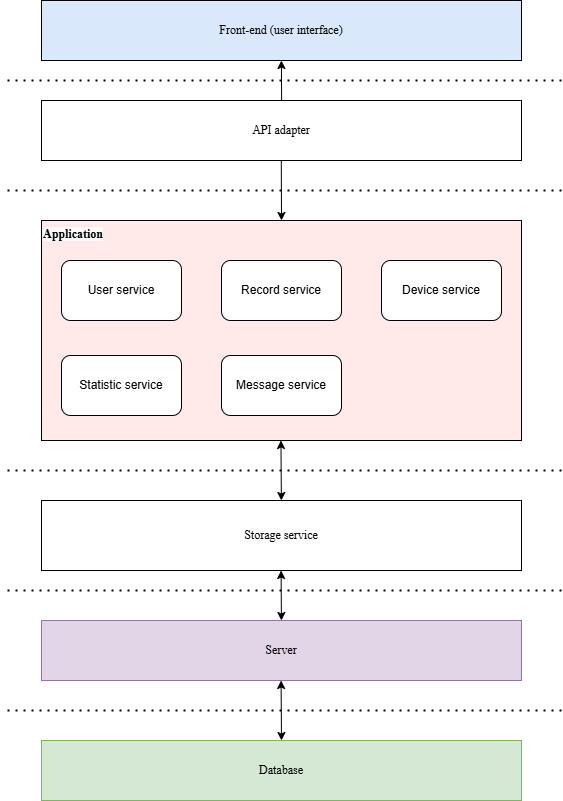
Earlier version of the draw.io export latex_20241/Images/System/fmECG_architecture-Admin.drawio.png (techcomrade/fmECG). Source tidied: cells renumbered, new cells last; positions are measured from the earlier drawing's top-left corner, leaving out a move shared by most shapes. The source it was exported from:
```xml
<mxGraphModel>
  <root>
    <mxCell id="0" />
    <mxCell id="1" parent="0" />
    <mxCell id="2" value="&lt;font style=&quot;color: rgb(0, 0, 0);&quot;&gt;Front-end (user interface)&lt;/font&gt;" style="rounded=0;whiteSpace=wrap;html=1;fontFamily=Times New Roman;fillColor=#DAE8FC;" parent="1" vertex="1">
      <mxGeometry x="40" width="480" height="60" as="geometry" />
    </mxCell>
    <mxCell id="3" value="API adapter" style="rounded=0;whiteSpace=wrap;html=1;fontFamily=Times New Roman;" parent="1" vertex="1">
      <mxGeometry x="40" y="100" width="480" height="60" as="geometry" />
    </mxCell>
    <mxCell id="4" style="rounded=0;whiteSpace=wrap;html=1;fontFamily=Times New Roman;fillColor=#FFE9E9;" parent="1" vertex="1">
      <mxGeometry x="40" y="220" width="480" height="220" as="geometry" />
    </mxCell>
    <mxCell id="5" value="Storage service" style="rounded=0;whiteSpace=wrap;html=1;fontFamily=Times New Roman;" parent="1" vertex="1">
      <mxGeometry x="40" y="500" width="480" height="70" as="geometry" />
    </mxCell>
    <mxCell id="6" value="Server" style="rounded=0;whiteSpace=wrap;html=1;fontFamily=Times New Roman;fillColor=#e1d5e7;strokeColor=#9673a6;" parent="1" vertex="1">
      <mxGeometry x="40" y="620" width="480" height="60" as="geometry" />
    </mxCell>
    <mxCell id="7" value="Database" style="rounded=0;whiteSpace=wrap;html=1;fontFamily=Times New Roman;fillColor=#d5e8d4;strokeColor=#82b366;" parent="1" vertex="1">
      <mxGeometry x="40" y="740" width="480" height="60" as="geometry" />
    </mxCell>
    <mxCell id="8" value="User service" style="rounded=1;whiteSpace=wrap;html=1;" parent="1" vertex="1">
      <mxGeometry x="60" y="260" width="120" height="60" as="geometry" />
    </mxCell>
    <mxCell id="9" value="Record service" style="rounded=1;whiteSpace=wrap;html=1;" parent="1" vertex="1">
      <mxGeometry x="220" y="260" width="120" height="60" as="geometry" />
    </mxCell>
    <mxCell id="10" value="Device service" style="rounded=1;whiteSpace=wrap;html=1;" parent="1" vertex="1">
      <mxGeometry x="380" y="260" width="120" height="60" as="geometry" />
    </mxCell>
    <mxCell id="11" style="endArrow=none;dashed=1;html=1;dashPattern=1 3;strokeWidth=2;rounded=0;" parent="1" edge="1">
      <mxGeometry relative="1" as="geometry">
        <mxPoint x="560" y="80" as="sourcePoint" />
        <mxPoint y="80" as="targetPoint" />
      </mxGeometry>
    </mxCell>
    <mxCell id="12" style="endArrow=none;dashed=1;html=1;dashPattern=1 3;strokeWidth=2;rounded=0;" parent="1" edge="1">
      <mxGeometry relative="1" as="geometry">
        <mxPoint x="560" y="190" as="sourcePoint" />
        <mxPoint y="190" as="targetPoint" />
      </mxGeometry>
    </mxCell>
    <mxCell id="13" style="endArrow=none;dashed=1;html=1;dashPattern=1 3;strokeWidth=2;rounded=0;" parent="1" edge="1">
      <mxGeometry relative="1" as="geometry">
        <mxPoint x="560" y="470" as="sourcePoint" />
        <mxPoint y="470" as="targetPoint" />
      </mxGeometry>
    </mxCell>
    <mxCell id="14" style="endArrow=none;dashed=1;html=1;dashPattern=1 3;strokeWidth=2;rounded=0;" parent="1" edge="1">
      <mxGeometry relative="1" as="geometry">
        <mxPoint x="560" y="590" as="sourcePoint" />
        <mxPoint y="590" as="targetPoint" />
      </mxGeometry>
    </mxCell>
    <mxCell id="15" style="endArrow=none;dashed=1;html=1;dashPattern=1 3;strokeWidth=2;rounded=0;" parent="1" edge="1">
      <mxGeometry relative="1" as="geometry">
        <mxPoint x="560" y="710" as="sourcePoint" />
        <mxPoint y="710" as="targetPoint" />
      </mxGeometry>
    </mxCell>
    <mxCell id="16" style="endArrow=classic;html=1;rounded=0;entryX=0.165;entryY=1.01;entryDx=0;entryDy=0;entryPerimeter=0;" parent="1" edge="1">
      <mxGeometry relative="1" as="geometry">
        <mxPoint x="280.1" y="100" as="sourcePoint" />
        <mxPoint x="279.9" y="60" as="targetPoint" />
      </mxGeometry>
    </mxCell>
    <mxCell id="17" style="endArrow=classic;html=1;rounded=0;" parent="1" edge="1">
      <mxGeometry relative="1" as="geometry">
        <mxPoint x="279.8" y="160" as="sourcePoint" />
        <mxPoint x="280" y="220" as="targetPoint" />
      </mxGeometry>
    </mxCell>
    <mxCell id="18" style="endArrow=classic;startArrow=classic;html=1;rounded=0;entryX=0.5;entryY=1;entryDx=0;entryDy=0;" parent="1" edge="1">
      <mxGeometry relative="1" as="geometry">
        <mxPoint x="279.9" y="620" as="sourcePoint" />
        <mxPoint x="279.6" y="570" as="targetPoint" />
      </mxGeometry>
    </mxCell>
    <mxCell id="19" style="endArrow=classic;startArrow=classic;html=1;rounded=0;entryX=0.5;entryY=1;entryDx=0;entryDy=0;exitX=0.5;exitY=0;exitDx=0;exitDy=0;" parent="1" edge="1" source="7">
      <mxGeometry relative="1" as="geometry">
        <mxPoint x="279.6" y="680" as="targetPoint" />
      </mxGeometry>
    </mxCell>
    <mxCell id="20" value="&lt;b style=&quot;forced-color-adjust: none; color: rgb(0, 0, 0); font-family: &amp;quot;Times New Roman&amp;quot;; font-style: normal; font-variant-ligatures: normal; font-variant-caps: normal; letter-spacing: normal; orphans: 2; text-align: center; text-indent: 0px; text-transform: none; widows: 2; word-spacing: 0px; -webkit-text-stroke-width: 0px; white-space: nowrap; background-color: rgb(251, 251, 251); text-decoration-thickness: initial; text-decoration-style: initial; text-decoration-color: initial;&quot;&gt;&lt;font style=&quot;forced-color-adjust: none;&quot;&gt;Application&lt;/font&gt;&lt;/b&gt;" style="text;whiteSpace=wrap;html=1;" parent="1" vertex="1">
      <mxGeometry x="40" y="220" width="100" height="40" as="geometry" />
    </mxCell>
    <mxCell id="21" value="Message service" style="rounded=1;whiteSpace=wrap;html=1;" parent="1" vertex="1">
      <mxGeometry x="220" y="355" width="120" height="60" as="geometry" />
    </mxCell>
    <mxCell id="22" style="endArrow=classic;startArrow=classic;html=1;rounded=0;entryX=0.5;entryY=1;entryDx=0;entryDy=0;exitX=0.5;exitY=0;exitDx=0;exitDy=0;" parent="1" edge="1">
      <mxGeometry relative="1" as="geometry">
        <mxPoint x="279.9" y="500" as="sourcePoint" />
        <mxPoint x="279.4" y="440" as="targetPoint" />
      </mxGeometry>
    </mxCell>
    <mxCell id="23" value="Statistic service" style="rounded=1;whiteSpace=wrap;html=1;" parent="1" vertex="1">
      <mxGeometry x="60" y="355" width="120" height="60" as="geometry" />
    </mxCell>
  </root>
</mxGraphModel>
```
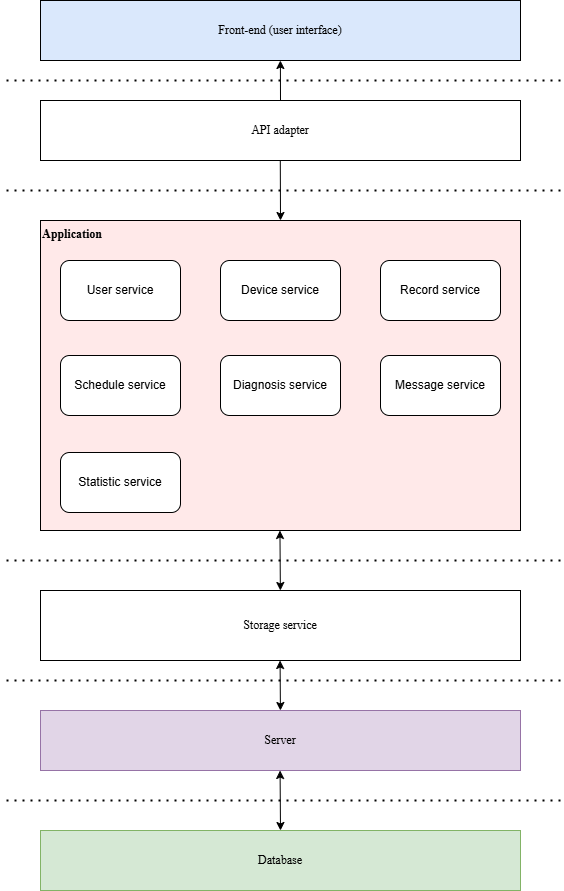
The same diagram one commit later.

Change to the diagram source:
```diff
@@ -2,100 +2,104 @@
   <root>
     <mxCell id="0" />
     <mxCell id="1" parent="0" />
+    <mxCell id="24" style="rounded=0;whiteSpace=wrap;html=1;fontFamily=Times New Roman;fillColor=#FFE9E9;" parent="1" vertex="1">
+      <mxGeometry x="636" y="197" width="480" height="310" as="geometry" />
+    </mxCell>
+    <mxCell id="23" value="Statistic service" style="rounded=1;whiteSpace=wrap;html=1;" parent="1" vertex="1">
+      <mxGeometry x="656" y="429" width="120" height="60" as="geometry" />
+    </mxCell>
     <mxCell id="2" value="&lt;font style=&quot;color: rgb(0, 0, 0);&quot;&gt;Front-end (user interface)&lt;/font&gt;" style="rounded=0;whiteSpace=wrap;html=1;fontFamily=Times New Roman;fillColor=#DAE8FC;" parent="1" vertex="1">
-      <mxGeometry x="40" width="480" height="60" as="geometry" />
+      <mxGeometry x="636" y="-23" width="480" height="60" as="geometry" />
     </mxCell>
     <mxCell id="3" value="API adapter" style="rounded=0;whiteSpace=wrap;html=1;fontFamily=Times New Roman;" parent="1" vertex="1">
-      <mxGeometry x="40" y="100" width="480" height="60" as="geometry" />
+      <mxGeometry x="636" y="77" width="480" height="60" as="geometry" />
     </mxCell>
-    <mxCell id="4" style="rounded=0;whiteSpace=wrap;html=1;fontFamily=Times New Roman;fillColor=#FFE9E9;" parent="1" vertex="1">
-      <mxGeometry x="40" y="220" width="480" height="220" as="geometry" />
-    </mxCell>
     <mxCell id="5" value="Storage service" style="rounded=0;whiteSpace=wrap;html=1;fontFamily=Times New Roman;" parent="1" vertex="1">
-      <mxGeometry x="40" y="500" width="480" height="70" as="geometry" />
+      <mxGeometry x="636" y="567" width="480" height="70" as="geometry" />
     </mxCell>
     <mxCell id="6" value="Server" style="rounded=0;whiteSpace=wrap;html=1;fontFamily=Times New Roman;fillColor=#e1d5e7;strokeColor=#9673a6;" parent="1" vertex="1">
-      <mxGeometry x="40" y="620" width="480" height="60" as="geometry" />
+      <mxGeometry x="636" y="687" width="480" height="60" as="geometry" />
     </mxCell>
     <mxCell id="7" value="Database" style="rounded=0;whiteSpace=wrap;html=1;fontFamily=Times New Roman;fillColor=#d5e8d4;strokeColor=#82b366;" parent="1" vertex="1">
-      <mxGeometry x="40" y="740" width="480" height="60" as="geometry" />
+      <mxGeometry x="636" y="807" width="480" height="60" as="geometry" />
     </mxCell>
     <mxCell id="8" value="User service" style="rounded=1;whiteSpace=wrap;html=1;" parent="1" vertex="1">
-      <mxGeometry x="60" y="260" width="120" height="60" as="geometry" />
+      <mxGeometry x="656" y="237" width="120" height="60" as="geometry" />
     </mxCell>
     <mxCell id="9" value="Record service" style="rounded=1;whiteSpace=wrap;html=1;" parent="1" vertex="1">
-      <mxGeometry x="220" y="260" width="120" height="60" as="geometry" />
+      <mxGeometry x="976" y="237" width="120" height="60" as="geometry" />
     </mxCell>
+    <mxCell id="25" value="Schedule service" style="rounded=1;whiteSpace=wrap;html=1;" parent="1" vertex="1">
+      <mxGeometry x="656" y="332" width="120" height="60" as="geometry" />
+    </mxCell>
+    <mxCell id="26" style="endArrow=none;dashed=1;html=1;dashPattern=1 3;strokeWidth=2;rounded=0;" parent="1" edge="1">
+      <mxGeometry relative="1" as="geometry">
+        <mxPoint x="1156" y="57" as="sourcePoint" />
+        <mxPoint x="596" y="57" as="targetPoint" />
+      </mxGeometry>
+    </mxCell>
+    <mxCell id="27" style="endArrow=none;dashed=1;html=1;dashPattern=1 3;strokeWidth=2;rounded=0;" parent="1" edge="1">
+      <mxGeometry relative="1" as="geometry">
+        <mxPoint x="1156" y="167" as="sourcePoint" />
+        <mxPoint x="596" y="167" as="targetPoint" />
+      </mxGeometry>
+    </mxCell>
+    <mxCell id="28" style="endArrow=none;dashed=1;html=1;dashPattern=1 3;strokeWidth=2;rounded=0;" parent="1" edge="1">
+      <mxGeometry relative="1" as="geometry">
+        <mxPoint x="1156" y="537" as="sourcePoint" />
+        <mxPoint x="596" y="537" as="targetPoint" />
+      </mxGeometry>
+    </mxCell>
+    <mxCell id="29" style="endArrow=none;dashed=1;html=1;dashPattern=1 3;strokeWidth=2;rounded=0;" parent="1" edge="1">
+      <mxGeometry relative="1" as="geometry">
+        <mxPoint x="1156" y="657" as="sourcePoint" />
+        <mxPoint x="596" y="657" as="targetPoint" />
+      </mxGeometry>
+    </mxCell>
+    <mxCell id="30" style="endArrow=none;dashed=1;html=1;dashPattern=1 3;strokeWidth=2;rounded=0;" parent="1" edge="1">
+      <mxGeometry relative="1" as="geometry">
+        <mxPoint x="1156" y="777" as="sourcePoint" />
+        <mxPoint x="596" y="777" as="targetPoint" />
+      </mxGeometry>
+    </mxCell>
+    <mxCell id="31" style="endArrow=classic;html=1;rounded=0;entryX=0.165;entryY=1.01;entryDx=0;entryDy=0;entryPerimeter=0;exitX=0.5;exitY=0;exitDx=0;exitDy=0;" parent="1" edge="1" source="3">
+      <mxGeometry relative="1" as="geometry">
+        <mxPoint x="875.9" y="37" as="targetPoint" />
+      </mxGeometry>
+    </mxCell>
+    <mxCell id="32" style="endArrow=classic;html=1;rounded=0;entryX=0.5;entryY=0;entryDx=0;entryDy=0;" parent="1" edge="1" target="24">
+      <mxGeometry relative="1" as="geometry">
+        <mxPoint x="875.8" y="137" as="sourcePoint" />
+      </mxGeometry>
+    </mxCell>
+    <mxCell id="33" style="endArrow=classic;startArrow=classic;html=1;rounded=0;entryX=0.5;entryY=1;entryDx=0;entryDy=0;" parent="1" edge="1">
+      <mxGeometry relative="1" as="geometry">
+        <mxPoint x="875.9" y="687" as="sourcePoint" />
+        <mxPoint x="875.6" y="637" as="targetPoint" />
+      </mxGeometry>
+    </mxCell>
+    <mxCell id="34" style="endArrow=classic;startArrow=classic;html=1;rounded=0;entryX=0.5;entryY=1;entryDx=0;entryDy=0;exitX=0.5;exitY=0;exitDx=0;exitDy=0;" parent="1" edge="1" source="7">
+      <mxGeometry relative="1" as="geometry">
+        <mxPoint x="875.6" y="747" as="targetPoint" />
+      </mxGeometry>
+    </mxCell>
+    <mxCell id="20" value="&lt;b style=&quot;forced-color-adjust: none; color: rgb(0, 0, 0); font-family: &amp;quot;Times New Roman&amp;quot;; font-style: normal; font-variant-ligatures: normal; font-variant-caps: normal; letter-spacing: normal; orphans: 2; text-align: center; text-indent: 0px; text-transform: none; widows: 2; word-spacing: 0px; -webkit-text-stroke-width: 0px; white-space: nowrap; text-decoration-thickness: initial; text-decoration-style: initial; text-decoration-color: initial;&quot;&gt;&lt;font style=&quot;forced-color-adjust: none;&quot;&gt;Application&lt;/font&gt;&lt;/b&gt;" style="text;whiteSpace=wrap;html=1;" parent="1" vertex="1">
+      <mxGeometry x="636" y="197" width="100" height="40" as="geometry" />
+    </mxCell>
+    <mxCell id="35" value="Diagnosis service" style="rounded=1;whiteSpace=wrap;html=1;" parent="1" vertex="1">
+      <mxGeometry x="816" y="332" width="120" height="60" as="geometry" />
+    </mxCell>
     <mxCell id="10" value="Device service" style="rounded=1;whiteSpace=wrap;html=1;" parent="1" vertex="1">
-      <mxGeometry x="380" y="260" width="120" height="60" as="geometry" />
+      <mxGeometry x="816" y="237" width="120" height="60" as="geometry" />
     </mxCell>
-    <mxCell id="11" style="endArrow=none;dashed=1;html=1;dashPattern=1 3;strokeWidth=2;rounded=0;" parent="1" edge="1">
-      <mxGeometry relative="1" as="geometry">
-        <mxPoint x="560" y="80" as="sourcePoint" />
-        <mxPoint y="80" as="targetPoint" />
-      </mxGeometry>
-    </mxCell>
-    <mxCell id="12" style="endArrow=none;dashed=1;html=1;dashPattern=1 3;strokeWidth=2;rounded=0;" parent="1" edge="1">
-      <mxGeometry relative="1" as="geometry">
-        <mxPoint x="560" y="190" as="sourcePoint" />
-        <mxPoint y="190" as="targetPoint" />
-      </mxGeometry>
-    </mxCell>
-    <mxCell id="13" style="endArrow=none;dashed=1;html=1;dashPattern=1 3;strokeWidth=2;rounded=0;" parent="1" edge="1">
-      <mxGeometry relative="1" as="geometry">
-        <mxPoint x="560" y="470" as="sourcePoint" />
-        <mxPoint y="470" as="targetPoint" />
-      </mxGeometry>
-    </mxCell>
-    <mxCell id="14" style="endArrow=none;dashed=1;html=1;dashPattern=1 3;strokeWidth=2;rounded=0;" parent="1" edge="1">
-      <mxGeometry relative="1" as="geometry">
-        <mxPoint x="560" y="590" as="sourcePoint" />
-        <mxPoint y="590" as="targetPoint" />
-      </mxGeometry>
-    </mxCell>
-    <mxCell id="15" style="endArrow=none;dashed=1;html=1;dashPattern=1 3;strokeWidth=2;rounded=0;" parent="1" edge="1">
-      <mxGeometry relative="1" as="geometry">
-        <mxPoint x="560" y="710" as="sourcePoint" />
-        <mxPoint y="710" as="targetPoint" />
-      </mxGeometry>
-    </mxCell>
-    <mxCell id="16" style="endArrow=classic;html=1;rounded=0;entryX=0.165;entryY=1.01;entryDx=0;entryDy=0;entryPerimeter=0;" parent="1" edge="1">
-      <mxGeometry relative="1" as="geometry">
-        <mxPoint x="280.1" y="100" as="sourcePoint" />
-        <mxPoint x="279.9" y="60" as="targetPoint" />
-      </mxGeometry>
-    </mxCell>
-    <mxCell id="17" style="endArrow=classic;html=1;rounded=0;" parent="1" edge="1">
-      <mxGeometry relative="1" as="geometry">
-        <mxPoint x="279.8" y="160" as="sourcePoint" />
-        <mxPoint x="280" y="220" as="targetPoint" />
-      </mxGeometry>
-    </mxCell>
-    <mxCell id="18" style="endArrow=classic;startArrow=classic;html=1;rounded=0;entryX=0.5;entryY=1;entryDx=0;entryDy=0;" parent="1" edge="1">
-      <mxGeometry relative="1" as="geometry">
-        <mxPoint x="279.9" y="620" as="sourcePoint" />
-        <mxPoint x="279.6" y="570" as="targetPoint" />
-      </mxGeometry>
-    </mxCell>
-    <mxCell id="19" style="endArrow=classic;startArrow=classic;html=1;rounded=0;entryX=0.5;entryY=1;entryDx=0;entryDy=0;exitX=0.5;exitY=0;exitDx=0;exitDy=0;" parent="1" edge="1" source="7">
-      <mxGeometry relative="1" as="geometry">
-        <mxPoint x="279.6" y="680" as="targetPoint" />
-      </mxGeometry>
-    </mxCell>
-    <mxCell id="20" value="&lt;b style=&quot;forced-color-adjust: none; color: rgb(0, 0, 0); font-family: &amp;quot;Times New Roman&amp;quot;; font-style: normal; font-variant-ligatures: normal; font-variant-caps: normal; letter-spacing: normal; orphans: 2; text-align: center; text-indent: 0px; text-transform: none; widows: 2; word-spacing: 0px; -webkit-text-stroke-width: 0px; white-space: nowrap; background-color: rgb(251, 251, 251); text-decoration-thickness: initial; text-decoration-style: initial; text-decoration-color: initial;&quot;&gt;&lt;font style=&quot;forced-color-adjust: none;&quot;&gt;Application&lt;/font&gt;&lt;/b&gt;" style="text;whiteSpace=wrap;html=1;" parent="1" vertex="1">
-      <mxGeometry x="40" y="220" width="100" height="40" as="geometry" />
-    </mxCell>
+    <mxCell id="36" style="endArrow=classic;startArrow=classic;html=1;rounded=0;entryX=0.5;entryY=1;entryDx=0;entryDy=0;exitX=0.5;exitY=0;exitDx=0;exitDy=0;" parent="1" edge="1">
+      <mxGeometry relative="1" as="geometry">
+        <mxPoint x="875.9" y="567" as="sourcePoint" />
+        <mxPoint x="875.4" y="507" as="targetPoint" />
+      </mxGeometry>
+    </mxCell>
-    <mxCell id="21" value="Message service" style="rounded=1;whiteSpace=wrap;html=1;" parent="1" vertex="1">
-      <mxGeometry x="220" y="355" width="120" height="60" as="geometry" />
+    <mxCell id="21" value="Message&amp;nbsp;service" style="rounded=1;whiteSpace=wrap;html=1;" parent="1" vertex="1">
+      <mxGeometry x="976" y="332" width="120" height="60" as="geometry" />
     </mxCell>
-    <mxCell id="22" style="endArrow=classic;startArrow=classic;html=1;rounded=0;entryX=0.5;entryY=1;entryDx=0;entryDy=0;exitX=0.5;exitY=0;exitDx=0;exitDy=0;" parent="1" edge="1">
-      <mxGeometry relative="1" as="geometry">
-        <mxPoint x="279.9" y="500" as="sourcePoint" />
-        <mxPoint x="279.4" y="440" as="targetPoint" />
-      </mxGeometry>
-    </mxCell>
-    <mxCell id="23" value="Statistic service" style="rounded=1;whiteSpace=wrap;html=1;" parent="1" vertex="1">
-      <mxGeometry x="60" y="355" width="120" height="60" as="geometry" />
-    </mxCell>
   </root>
 </mxGraphModel>
```
